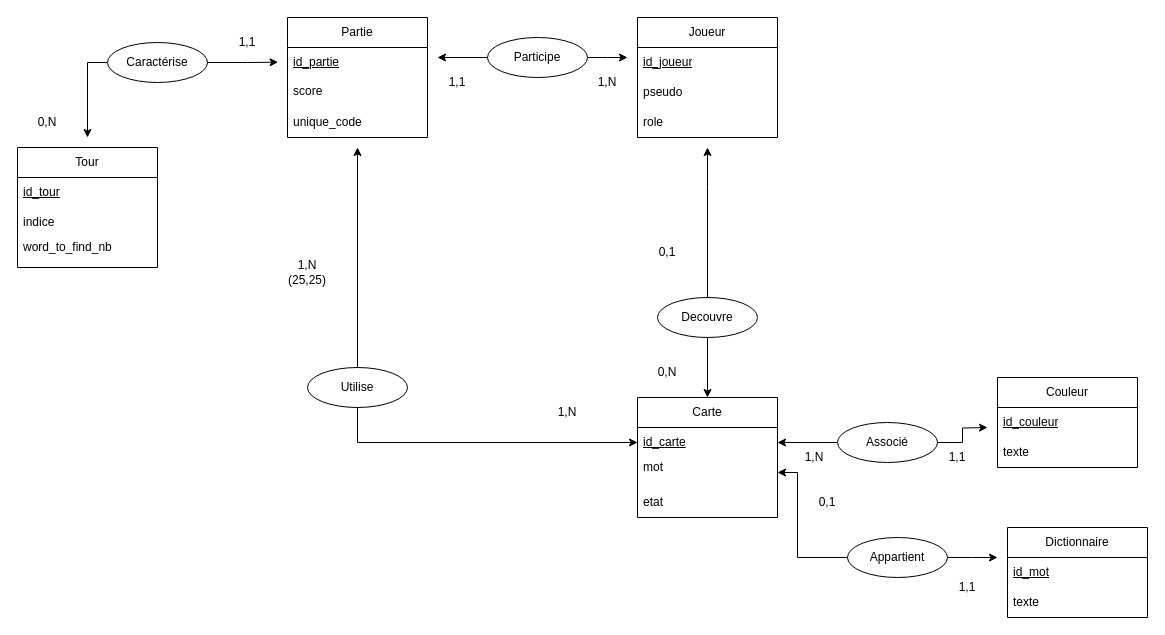
Before: poly_names.drawio in JinxYTW/Poly_Names, a draw.io diagram. Source tidied: cells renumbered, new cells numbered last; positions are measured from the earlier drawing's top-left corner, leaving out a move shared by most shapes. Both pictures are drawn from the tidied source at 100%, with x=0, y=0 at pixel (17, 17).
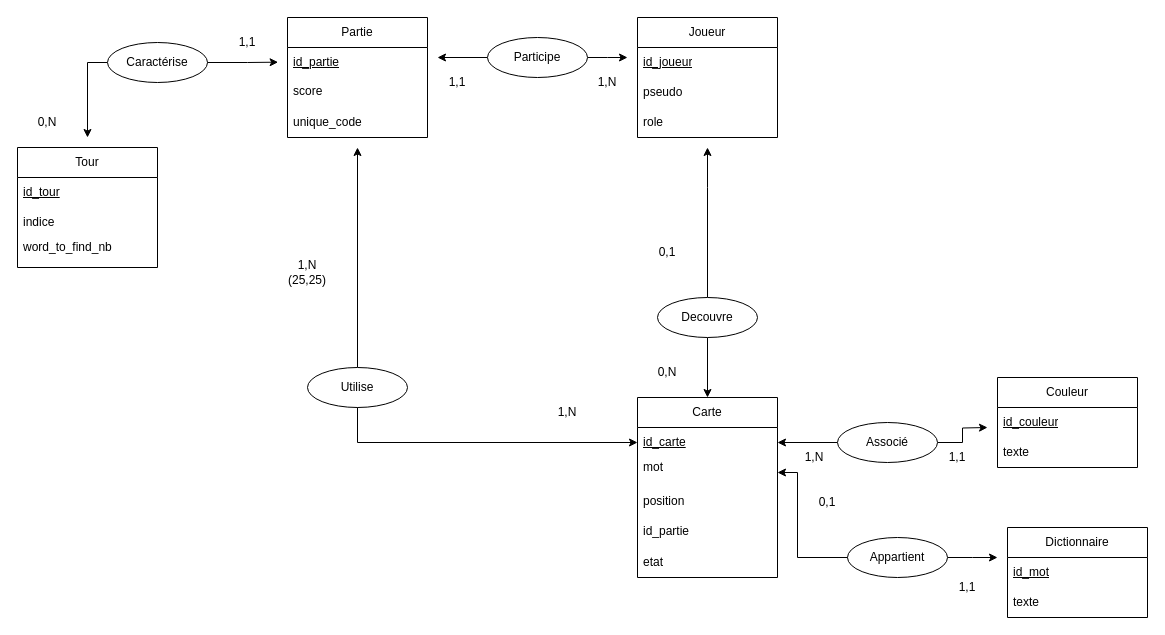
The same page after the edit.

Commit message:
Update des limitations de la BDD

Diff of the diagram source:
```diff
@@
     <mxCell id="6" value="Carte" style="swimlane;fontStyle=0;horizontal=1;startSize=30;whiteSpace=wrap;html=1;" parent="1" vertex="1">
-      <mxGeometry x="620" y="380" width="140" height="120" as="geometry" />
+      <mxGeometry x="620" y="380" width="140" height="180" as="geometry" />
     </mxCell>
@@
+    <mxCell id="54" value="position" style="text;strokeColor=none;fillColor=none;spacingLeft=4;spacingRight=4;overflow=hidden;fontSize=12;whiteSpace=wrap;html=1;" parent="6" vertex="1">
+      <mxGeometry y="90" width="140" height="30" as="geometry" />
+    </mxCell>
+    <mxCell id="55" value="id_partie" style="text;strokeColor=none;fillColor=none;spacingLeft=4;spacingRight=4;overflow=hidden;fontSize=12;whiteSpace=wrap;html=1;" parent="6" vertex="1">
+      <mxGeometry y="120" width="140" height="30" as="geometry" />
+    </mxCell>
     <mxCell id="9" value="etat" style="text;strokeColor=none;fillColor=none;align=left;verticalAlign=middle;spacingLeft=4;spacingRight=4;overflow=hidden;whiteSpace=wrap;html=1;" parent="6" vertex="1">
-      <mxGeometry y="90" width="140" height="30" as="geometry" />
+      <mxGeometry y="150" width="140" height="30" as="geometry" />
     </mxCell>
```
